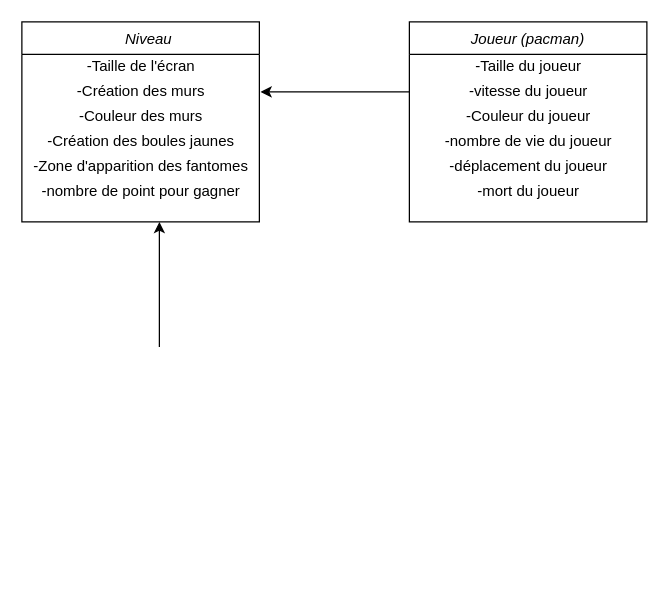
This is Untitled Diagram.drawio from Accel192/Agario, a draw.io file, before an edit. Source tidied: cells renumbered, new cells numbered last; positions are measured from the earlier drawing's top-left corner, leaving out a move shared by most shapes. Both pictures are drawn from the tidied source at 125%, with x=0, y=0 at pixel (21, 21).
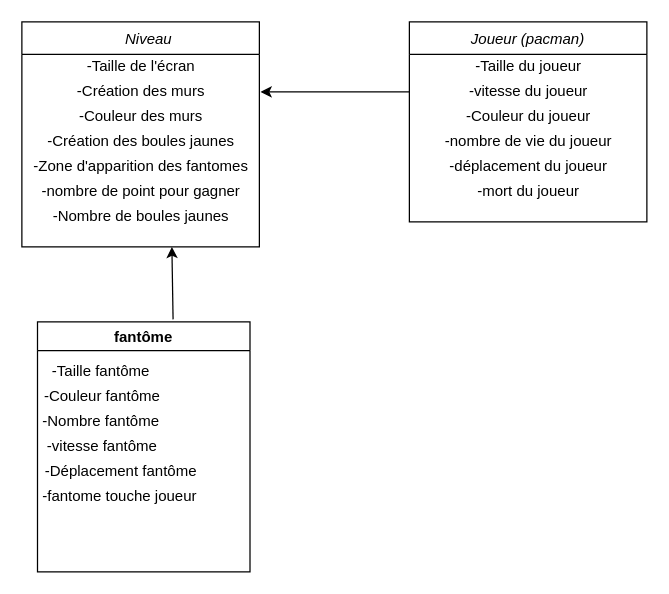
Above is the later version.

The edit, as a diff of the source:
```diff
@@
     <mxCell id="2" value="    Niveau" style="swimlane;fontStyle=2;align=center;verticalAlign=top;horizontal=1;startSize=26;rounded=0;shadow=0;strokeWidth=1;" parent="1" vertex="1">
-      <mxGeometry width="190" height="160" as="geometry" />
+      <mxGeometry width="190" height="180" as="geometry" />
     </mxCell>
@@
+    <mxCell id="18" value="-Nombre de boules jaunes" style="text;html=1;align=center;verticalAlign=middle;strokeColor=none;fillColor=none;" parent="2" vertex="1">
+      <mxGeometry y="146" width="190" height="20" as="geometry" />
+    </mxCell>
@@
-    <mxCell id="17" style="endArrow=classic;html=1;rounded=0;" parent="1" edge="1">
+    <mxCell id="17" style="endArrow=classic;html=1;rounded=0;exitX=0.638;exitY=-0.01;exitDx=0;exitDy=0;exitPerimeter=0;" parent="1" edge="1" source="19">
       <mxGeometry relative="1" as="geometry">
-        <mxPoint x="110" y="260" as="sourcePoint" />
-        <mxPoint x="110" y="160" as="targetPoint" />
+        <mxPoint x="120" y="180" as="targetPoint" />
       </mxGeometry>
     </mxCell>
+    <mxCell id="19" value="fantôme" style="swimlane;" parent="1" vertex="1">
+      <mxGeometry x="12.5" y="240" width="170" height="200" as="geometry" />
+    </mxCell>
+    <mxCell id="20" value="-Taille fantôme" style="text;html=1;align=center;verticalAlign=middle;strokeColor=none;fillColor=none;" parent="19" vertex="1">
+      <mxGeometry y="30" width="100" height="20" as="geometry" />
+    </mxCell>
+    <mxCell id="21" value="-Couleur fantôme" style="text;html=1;align=center;verticalAlign=middle;strokeColor=none;fillColor=none;" parent="19" vertex="1">
+      <mxGeometry x="-4" y="50" width="110" height="20" as="geometry" />
+    </mxCell>
+    <mxCell id="22" value="-Nombre fantôme" style="text;html=1;align=center;verticalAlign=middle;strokeColor=none;fillColor=none;" parent="19" vertex="1">
+      <mxGeometry x="-5" y="70" width="110" height="20" as="geometry" />
+    </mxCell>
+    <mxCell id="23" value="-vitesse fantôme" style="text;html=1;align=center;verticalAlign=middle;strokeColor=none;fillColor=none;" parent="19" vertex="1">
+      <mxGeometry x="-4" y="90" width="110" height="20" as="geometry" />
+    </mxCell>
+    <mxCell id="24" value="-Déplacement fantôme" style="text;html=1;align=center;verticalAlign=middle;strokeColor=none;fillColor=none;" parent="19" vertex="1">
+      <mxGeometry x="-4" y="110" width="140" height="20" as="geometry" />
+    </mxCell>
+    <mxCell id="25" value="-fantome touche joueur" style="text;html=1;align=center;verticalAlign=middle;strokeColor=none;fillColor=none;" parent="19" vertex="1">
+      <mxGeometry x="-5" y="130" width="140" height="20" as="geometry" />
+    </mxCell>
```
